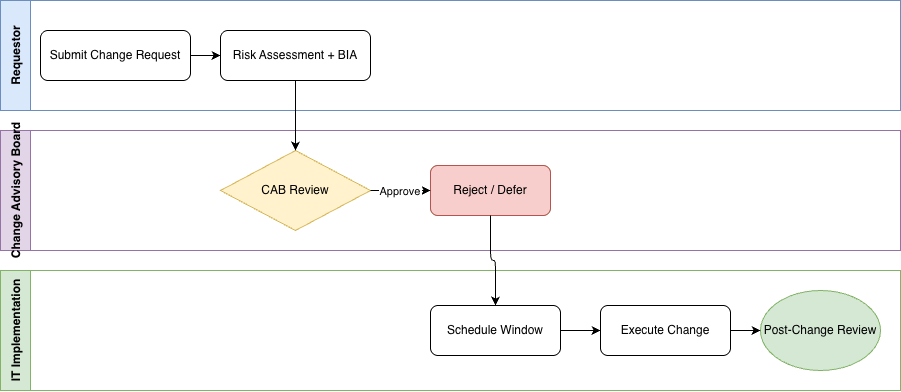
Earlier version of the draw.io export it_change_management_flow.png (thecode2023/bpmn-process-diagrams). Source tidied: cells renumbered, new cells last; positions are measured from the earlier drawing's top-left corner, leaving out a move shared by most shapes.
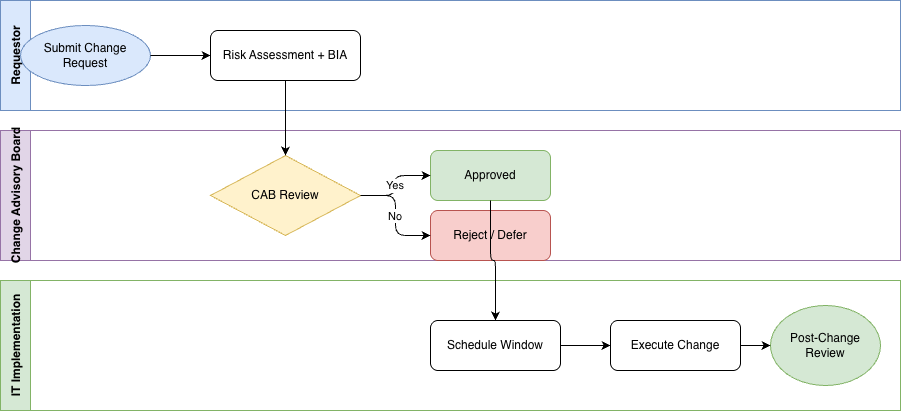
Later version of the same file.

Commit message:
Update IT change management diagram - fix gateway paths

Change to the diagram source:
```diff
@@ -5,53 +5,56 @@
     <mxCell id="2" value="Requestor" style="swimlane;startSize=30;horizontal=0;fillColor=#dae8fc;strokeColor=#6c8ebf;" parent="1" vertex="1">
       <mxGeometry width="900" height="110" as="geometry" />
     </mxCell>
-    <mxCell id="3" value="Submit Change Request" style="rounded=1;whiteSpace=wrap;html=1;" parent="2" vertex="1">
-      <mxGeometry x="40" y="30" width="150" height="50" as="geometry" />
+    <mxCell id="3" value="Submit Change Request" style="ellipse;whiteSpace=wrap;html=1;fillColor=#dae8fc;strokeColor=#6c8ebf;" parent="2" vertex="1">
+      <mxGeometry x="20" y="25" width="130" height="60" as="geometry" />
     </mxCell>
     <mxCell id="4" value="Risk Assessment + BIA" style="rounded=1;whiteSpace=wrap;html=1;" parent="2" vertex="1">
-      <mxGeometry x="220" y="30" width="150" height="50" as="geometry" />
+      <mxGeometry x="210" y="30" width="150" height="50" as="geometry" />
     </mxCell>
     <mxCell id="5" style="edgeStyle=orthogonalEdgeStyle;" parent="2" edge="1" source="3" target="4">
       <mxGeometry relative="1" as="geometry" />
     </mxCell>
     <mxCell id="6" value="Change Advisory Board" style="swimlane;startSize=30;horizontal=0;fillColor=#e1d5e7;strokeColor=#9673a6;" parent="1" vertex="1">
-      <mxGeometry y="130" width="900" height="120" as="geometry" />
+      <mxGeometry y="130" width="900" height="130" as="geometry" />
     </mxCell>
     <mxCell id="7" value="CAB Review" style="rhombus;whiteSpace=wrap;html=1;fillColor=#fff2cc;strokeColor=#d6b656;" parent="6" vertex="1">
-      <mxGeometry x="220" y="20" width="150" height="80" as="geometry" />
+      <mxGeometry x="210" y="25" width="150" height="80" as="geometry" />
     </mxCell>
-    <mxCell id="8" value="Approve" style="rounded=1;whiteSpace=wrap;html=1;fillColor=#d5e8d4;strokeColor=#82b366;" parent="6" vertex="1">
-      <mxGeometry x="430" y="35" width="120" height="50" as="geometry" />
+    <mxCell id="8" value="Approved" style="rounded=1;whiteSpace=wrap;html=1;fillColor=#d5e8d4;strokeColor=#82b366;" parent="6" vertex="1">
+      <mxGeometry x="430" y="20" width="120" height="50" as="geometry" />
     </mxCell>
     <mxCell id="9" value="Reject / Defer" style="rounded=1;whiteSpace=wrap;html=1;fillColor=#f8cecc;strokeColor=#b85450;" parent="6" vertex="1">
-      <mxGeometry x="430" y="35" width="120" height="50" as="geometry" />
+      <mxGeometry x="430" y="80" width="120" height="50" as="geometry" />
     </mxCell>
-    <mxCell id="10" value="Approve" style="edgeStyle=orthogonalEdgeStyle;" parent="6" edge="1" source="7" target="8">
+    <mxCell id="10" value="Yes" style="edgeStyle=orthogonalEdgeStyle;" parent="6" edge="1" source="7" target="8">
       <mxGeometry relative="1" as="geometry" />
     </mxCell>
+    <mxCell id="15" value="No" style="edgeStyle=orthogonalEdgeStyle;" parent="6" edge="1" source="7" target="9">
+      <mxGeometry relative="1" as="geometry" />
+    </mxCell>
     <mxCell id="11" value="IT Implementation" style="swimlane;startSize=30;horizontal=0;fillColor=#d5e8d4;strokeColor=#82b366;" parent="1" vertex="1">
-      <mxGeometry y="270" width="900" height="120" as="geometry" />
+      <mxGeometry y="280" width="900" height="130" as="geometry" />
     </mxCell>
     <mxCell id="12" value="Schedule Window" style="rounded=1;whiteSpace=wrap;html=1;" parent="11" vertex="1">
-      <mxGeometry x="430" y="35" width="130" height="50" as="geometry" />
+      <mxGeometry x="430" y="40" width="130" height="50" as="geometry" />
     </mxCell>
     <mxCell id="13" value="Execute Change" style="rounded=1;whiteSpace=wrap;html=1;" parent="11" vertex="1">
-      <mxGeometry x="600" y="35" width="130" height="50" as="geometry" />
+      <mxGeometry x="610" y="40" width="130" height="50" as="geometry" />
     </mxCell>
     <mxCell id="14" value="Post-Change Review" style="ellipse;whiteSpace=wrap;html=1;fillColor=#d5e8d4;strokeColor=#82b366;" parent="11" vertex="1">
-      <mxGeometry x="760" y="20" width="120" height="80" as="geometry" />
+      <mxGeometry x="770" y="25" width="110" height="80" as="geometry" />
     </mxCell>
-    <mxCell id="15" style="edgeStyle=orthogonalEdgeStyle;" parent="11" edge="1" source="12" target="13">
-      <mxGeometry relative="1" as="geometry" />
-    </mxCell>
-    <mxCell id="16" style="edgeStyle=orthogonalEdgeStyle;" parent="11" edge="1" source="13" target="14">
+    <mxCell id="16" style="edgeStyle=orthogonalEdgeStyle;" parent="11" edge="1" source="12" target="13">
       <mxGeometry relative="1" as="geometry" />
     </mxCell>
-    <mxCell id="17" style="edgeStyle=orthogonalEdgeStyle;" parent="1" edge="1" source="4" target="7">
+    <mxCell id="17" style="edgeStyle=orthogonalEdgeStyle;" parent="11" edge="1" source="13" target="14">
       <mxGeometry relative="1" as="geometry" />
     </mxCell>
-    <mxCell id="18" style="edgeStyle=orthogonalEdgeStyle;" parent="1" edge="1" source="8" target="12">
+    <mxCell id="18" style="edgeStyle=orthogonalEdgeStyle;" parent="1" edge="1" source="4" target="7">
       <mxGeometry relative="1" as="geometry" />
     </mxCell>
+    <mxCell id="19" style="edgeStyle=orthogonalEdgeStyle;" parent="1" edge="1" source="8" target="12">
+      <mxGeometry relative="1" as="geometry" />
+    </mxCell>
   </root>
 </mxGraphModel>
```
